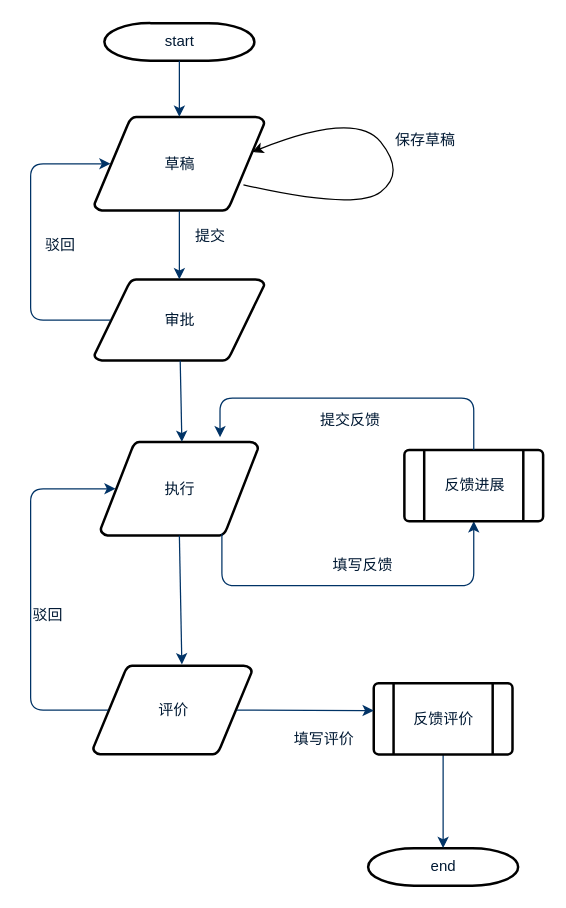
This is 工作流程图.drawio from belllee/SWDesign, a draw.io file, before an edit. Source tidied: cells renumbered, new cells numbered last; positions are measured from the earlier drawing's top-left corner, leaving out a move shared by most shapes. Both pictures are drawn from the tidied source at 125%, with x=0, y=0 at pixel (30, 22).
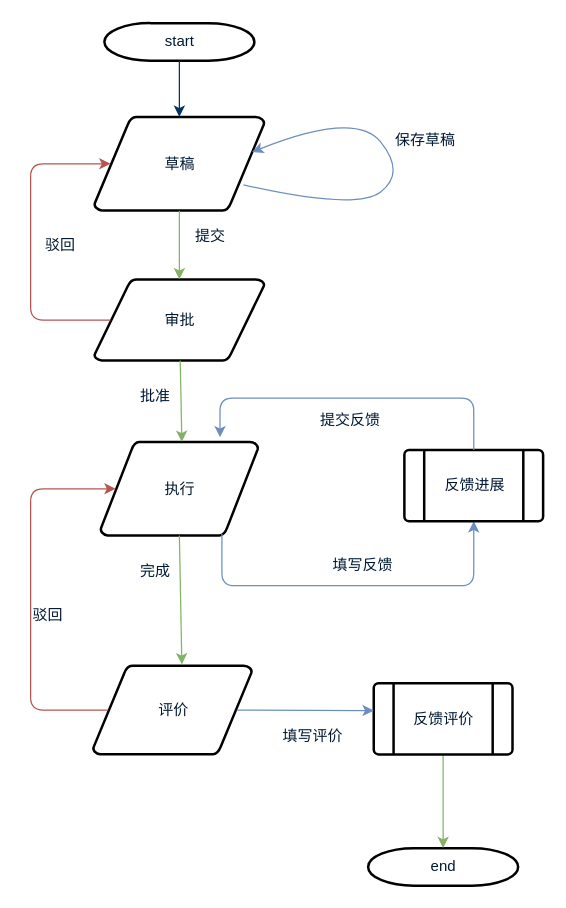
After the change.

Commit message (it also covers changes not shown here):
工作流程图.drawio

Unchanged cells that the change refers to:
```xml
<mxCell id="3" value="草稿" style="shape=mxgraph.flowchart.data;fillColor=#FFFFFF;strokeColor=#000000;strokeWidth=2;gradientColor=none;gradientDirection=north;fontColor=#001933;fontStyle=0;html=1;" parent="1" vertex="1">
  <mxGeometry x="51" y="75" width="136" height="75" as="geometry" />
</mxCell>
<mxCell id="4" value="执行" style="shape=mxgraph.flowchart.data;fillColor=#FFFFFF;strokeColor=#000000;strokeWidth=2;gradientColor=none;gradientDirection=north;fontColor=#001933;fontStyle=0;html=1;" parent="1" vertex="1">
  <mxGeometry x="56" y="335" width="126" height="75" as="geometry" />
</mxCell>
<mxCell id="5" value="审批" style="shape=mxgraph.flowchart.data;fillColor=#FFFFFF;strokeColor=#000000;strokeWidth=2;gradientColor=none;gradientDirection=north;fontColor=#001933;fontStyle=0;html=1;" parent="1" vertex="1">
  <mxGeometry x="51" y="205" width="136" height="65" as="geometry" />
</mxCell>
<mxCell id="10" value="反馈进展" style="shape=mxgraph.flowchart.predefined_process;fillColor=#FFFFFF;strokeColor=#000000;strokeWidth=2;gradientColor=none;gradientDirection=north;fontColor=#001933;fontStyle=0;html=1;" parent="1" vertex="1">
  <mxGeometry x="299" y="341.5" width="111" height="57" as="geometry" />
</mxCell>
<mxCell id="11" value="end" style="shape=mxgraph.flowchart.terminator;fillColor=#FFFFFF;strokeColor=#000000;strokeWidth=2;gradientColor=none;gradientDirection=north;fontColor=#001933;fontStyle=0;html=1;" parent="1" vertex="1">
  <mxGeometry x="270" y="660" width="120" height="30" as="geometry" />
</mxCell>
<mxCell id="19" value="评价" style="shape=mxgraph.flowchart.data;fillColor=#FFFFFF;strokeColor=#000000;strokeWidth=2;gradientColor=none;gradientDirection=north;fontColor=#001933;fontStyle=0;html=1;" parent="1" vertex="1">
  <mxGeometry x="50" y="514" width="127" height="71" as="geometry" />
</mxCell>
<mxCell id="21" value="反馈评价" style="shape=mxgraph.flowchart.predefined_process;fillColor=#FFFFFF;strokeColor=#000000;strokeWidth=2;gradientColor=none;gradientDirection=north;fontColor=#001933;fontStyle=0;html=1;" parent="1" vertex="1">
  <mxGeometry x="274.5" y="528" width="111" height="57" as="geometry" />
</mxCell>
```

What changed in the source:
```diff
@@
-    <mxCell id="7" style="fontColor=#001933;fontStyle=1;strokeColor=#003366;strokeWidth=1;html=1;" parent="1" edge="1" source="3" target="5">
+    <mxCell id="7" style="fontColor=#001933;fontStyle=1;strokeColor=#82b366;strokeWidth=1;html=1;fillColor=#d5e8d4;" parent="1" edge="1" source="3" target="5">
       <mxGeometry relative="1" as="geometry" />
     </mxCell>
-    <mxCell id="8" style="fontColor=#001933;fontStyle=1;strokeColor=#003366;strokeWidth=1;html=1;entryX=0.516;entryY=0;entryDx=0;entryDy=0;entryPerimeter=0;" parent="1" edge="1" source="5" target="4">
+    <mxCell id="8" style="fontColor=#001933;fontStyle=1;strokeColor=#82b366;strokeWidth=1;html=1;entryX=0.516;entryY=0;entryDx=0;entryDy=0;entryPerimeter=0;fillColor=#d5e8d4;" parent="1" edge="1" source="5" target="4">
       <mxGeometry relative="1" as="geometry" />
     </mxCell>
-    <mxCell id="9" style="edgeStyle=elbowEdgeStyle;elbow=horizontal;exitX=0.77;exitY=0.98;exitPerimeter=0;fontColor=#001933;fontStyle=1;strokeColor=#003366;strokeWidth=1;html=1;exitDx=0;exitDy=0;entryX=0.5;entryY=1;entryDx=0;entryDy=0;entryPerimeter=0;" parent="1" edge="1" source="4" target="10">
+    <mxCell id="9" style="edgeStyle=elbowEdgeStyle;elbow=horizontal;exitX=0.77;exitY=0.98;exitPerimeter=0;fontColor=#001933;fontStyle=1;strokeColor=#6c8ebf;strokeWidth=1;html=1;exitDx=0;exitDy=0;entryX=0.5;entryY=1;entryDx=0;entryDy=0;entryPerimeter=0;fillColor=#dae8fc;" parent="1" edge="1" source="4" target="10">
       <mxGeometry x="-96" y="15" as="geometry">
         <Array as="points">
           <mxPoint x="260" y="450" />
         </Array>
       </mxGeometry>
     </mxCell>
@@
-    <mxCell id="12" style="edgeStyle=elbowEdgeStyle;elbow=vertical;exitX=0.5;exitY=1;exitPerimeter=0;entryX=0.5;entryY=0;entryPerimeter=0;fontColor=#001933;fontStyle=1;strokeColor=#003366;strokeWidth=1;html=1;exitDx=0;exitDy=0;" parent="1" edge="1" source="21" target="11">
+    <mxCell id="12" style="edgeStyle=elbowEdgeStyle;elbow=vertical;exitX=0.5;exitY=1;exitPerimeter=0;entryX=0.5;entryY=0;entryPerimeter=0;fontColor=#001933;fontStyle=1;strokeColor=#82b366;strokeWidth=1;html=1;exitDx=0;exitDy=0;fillColor=#d5e8d4;" parent="1" edge="1" source="21" target="11">
       <mxGeometry x="-97" y="-1084" as="geometry" />
     </mxCell>
@@
-    <mxCell id="14" style="curved=1;endArrow=classic;html=1;exitX=0.877;exitY=0.725;exitDx=0;exitDy=0;exitPerimeter=0;entryX=0.928;entryY=0.375;entryDx=0;entryDy=0;entryPerimeter=0;" parent="1" edge="1" source="3" target="3">
+    <mxCell id="14" style="curved=1;endArrow=classic;html=1;exitX=0.877;exitY=0.725;exitDx=0;exitDy=0;exitPerimeter=0;entryX=0.928;entryY=0.375;entryDx=0;entryDy=0;entryPerimeter=0;fillColor=#dae8fc;strokeColor=#6c8ebf;" parent="1" edge="1" source="3" target="3">
       <mxGeometry relative="1" as="geometry">
         <Array as="points">
           <mxPoint x="260" y="150" />
           <mxPoint x="300" y="120" />
           <mxPoint x="260" y="70" />
         </Array>
       </mxGeometry>
     </mxCell>
@@
-    <mxCell id="16" style="edgeStyle=elbowEdgeStyle;elbow=horizontal;exitX=0.5;exitY=0;exitPerimeter=0;fontColor=#001933;fontStyle=1;strokeColor=#003366;strokeWidth=1;html=1;exitDx=0;exitDy=0;entryX=0.758;entryY=-0.05;entryDx=0;entryDy=0;entryPerimeter=0;" parent="1" edge="1" source="10" target="4">
+    <mxCell id="16" style="edgeStyle=elbowEdgeStyle;elbow=horizontal;exitX=0.5;exitY=0;exitPerimeter=0;fontColor=#001933;fontStyle=1;strokeColor=#6c8ebf;strokeWidth=1;html=1;exitDx=0;exitDy=0;entryX=0.758;entryY=-0.05;entryDx=0;entryDy=0;entryPerimeter=0;fillColor=#dae8fc;" parent="1" edge="1" source="10" target="4">
       <mxGeometry x="-86" y="25" as="geometry">
         <Array as="points">
           <mxPoint x="355" y="300" />
         </Array>
       </mxGeometry>
     </mxCell>
@@
-    <mxCell id="20" style="entryX=0.559;entryY=-0.014;entryPerimeter=0;fontColor=#001933;fontStyle=1;strokeColor=#003366;strokeWidth=1;html=1;exitX=0.5;exitY=1;exitDx=0;exitDy=0;exitPerimeter=0;entryDx=0;entryDy=0;" parent="1" edge="1" source="4" target="19">
+    <mxCell id="20" style="entryX=0.559;entryY=-0.014;entryPerimeter=0;fontColor=#001933;fontStyle=1;strokeColor=#82b366;strokeWidth=1;html=1;exitX=0.5;exitY=1;exitDx=0;exitDy=0;exitPerimeter=0;entryDx=0;entryDy=0;fillColor=#d5e8d4;" parent="1" edge="1" source="4" target="19">
       <mxGeometry relative="1" as="geometry" />
     </mxCell>
@@
-    <mxCell id="22" style="edgeStyle=elbowEdgeStyle;elbow=horizontal;exitX=0.095;exitY=0.5;exitPerimeter=0;fontColor=#001933;fontStyle=1;strokeColor=#003366;strokeWidth=1;html=1;exitDx=0;exitDy=0;entryX=0.095;entryY=0.5;entryDx=0;entryDy=0;entryPerimeter=0;" parent="1" edge="1" source="19" target="4">
+    <mxCell id="22" style="edgeStyle=elbowEdgeStyle;elbow=horizontal;exitX=0.095;exitY=0.5;exitPerimeter=0;fontColor=#001933;fontStyle=1;strokeColor=#b85450;strokeWidth=1;html=1;exitDx=0;exitDy=0;entryX=0.095;entryY=0.5;entryDx=0;entryDy=0;entryPerimeter=0;fillColor=#f8cecc;" parent="1" edge="1" source="19" target="4">
       <mxGeometry x="-87" y="211" as="geometry">
         <Array as="points">
           <mxPoint y="470" />
         </Array>
       </mxGeometry>
     </mxCell>
@@
     <mxCell id="24" value="填写评价" style="text;fontColor=#001933;fontStyle=0;html=1;strokeColor=none;gradientColor=none;fillColor=none;strokeWidth=2;" parent="1" vertex="1">
-      <mxGeometry x="208.5" y="559" width="40" height="26" as="geometry" />
+      <mxGeometry x="200" y="556.5" width="40" height="26" as="geometry" />
     </mxCell>
-    <mxCell id="25" style="edgeStyle=elbowEdgeStyle;elbow=vertical;exitX=0.905;exitY=0.5;exitPerimeter=0;fontColor=#001933;fontStyle=1;strokeColor=#003366;strokeWidth=1;html=1;exitDx=0;exitDy=0;" parent="1" edge="1" source="19" target="21">
+    <mxCell id="25" style="edgeStyle=elbowEdgeStyle;elbow=vertical;exitX=0.905;exitY=0.5;exitPerimeter=0;fontColor=#001933;fontStyle=1;strokeColor=#6c8ebf;strokeWidth=1;html=1;exitDx=0;exitDy=0;fillColor=#dae8fc;" parent="1" edge="1" source="19" target="21">
       <mxGeometry x="-87" y="-1074" as="geometry" />
     </mxCell>
-    <mxCell id="26" style="edgeStyle=elbowEdgeStyle;elbow=horizontal;exitX=0.095;exitY=0.5;exitPerimeter=0;fontColor=#001933;fontStyle=1;strokeColor=#003366;strokeWidth=1;html=1;exitDx=0;exitDy=0;entryX=0.095;entryY=0.5;entryDx=0;entryDy=0;entryPerimeter=0;" parent="1" edge="1" source="5" target="3">
+    <mxCell id="26" style="edgeStyle=elbowEdgeStyle;elbow=horizontal;exitX=0.095;exitY=0.5;exitPerimeter=0;fontColor=#001933;fontStyle=1;strokeColor=#b85450;strokeWidth=1;html=1;exitDx=0;exitDy=0;entryX=0.095;entryY=0.5;entryDx=0;entryDy=0;entryPerimeter=0;fillColor=#f8cecc;" parent="1" edge="1" source="5" target="3">
       <mxGeometry x="-110" y="-82" as="geometry">
         <Array as="points">
           <mxPoint y="170" />
         </Array>
       </mxGeometry>
     </mxCell>
@@
+    <mxCell id="28" value="批准" style="text;fontColor=#001933;fontStyle=0;html=1;strokeColor=none;gradientColor=none;fillColor=none;strokeWidth=2;" parent="1" vertex="1">
+      <mxGeometry x="86" y="285" width="40" height="26" as="geometry" />
+    </mxCell>
+    <mxCell id="29" value="完成" style="text;fontColor=#001933;fontStyle=0;html=1;strokeColor=none;gradientColor=none;fillColor=none;strokeWidth=2;" parent="1" vertex="1">
+      <mxGeometry x="86" y="425" width="40" height="26" as="geometry" />
+    </mxCell>
```
